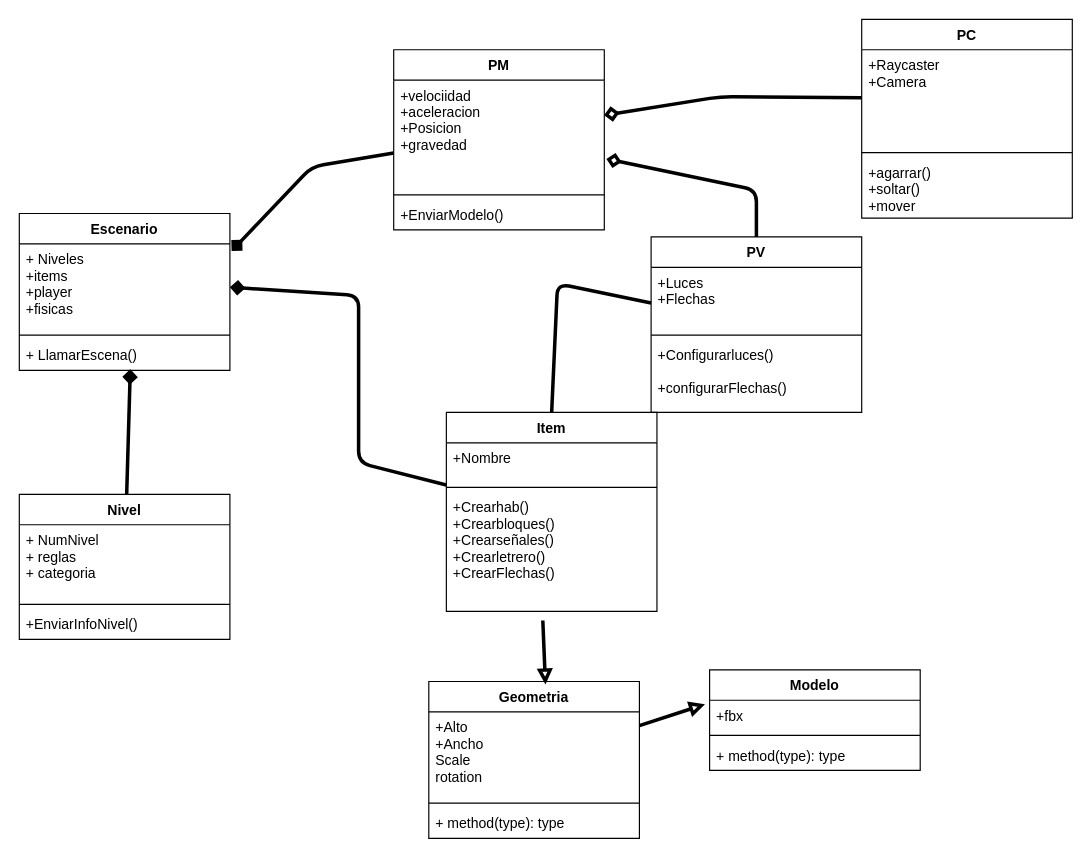
This is diagrama_uml/work.drawio from sebas64mil/proyecto_realidadvirtual, a draw.io file, before an edit. Source tidied: cells renumbered, new cells numbered last; positions are measured from the earlier drawing's top-left corner, leaving out a move shared by most shapes. Both pictures are drawn from the tidied source at 117%, with x=0, y=0 at pixel (19, 19).
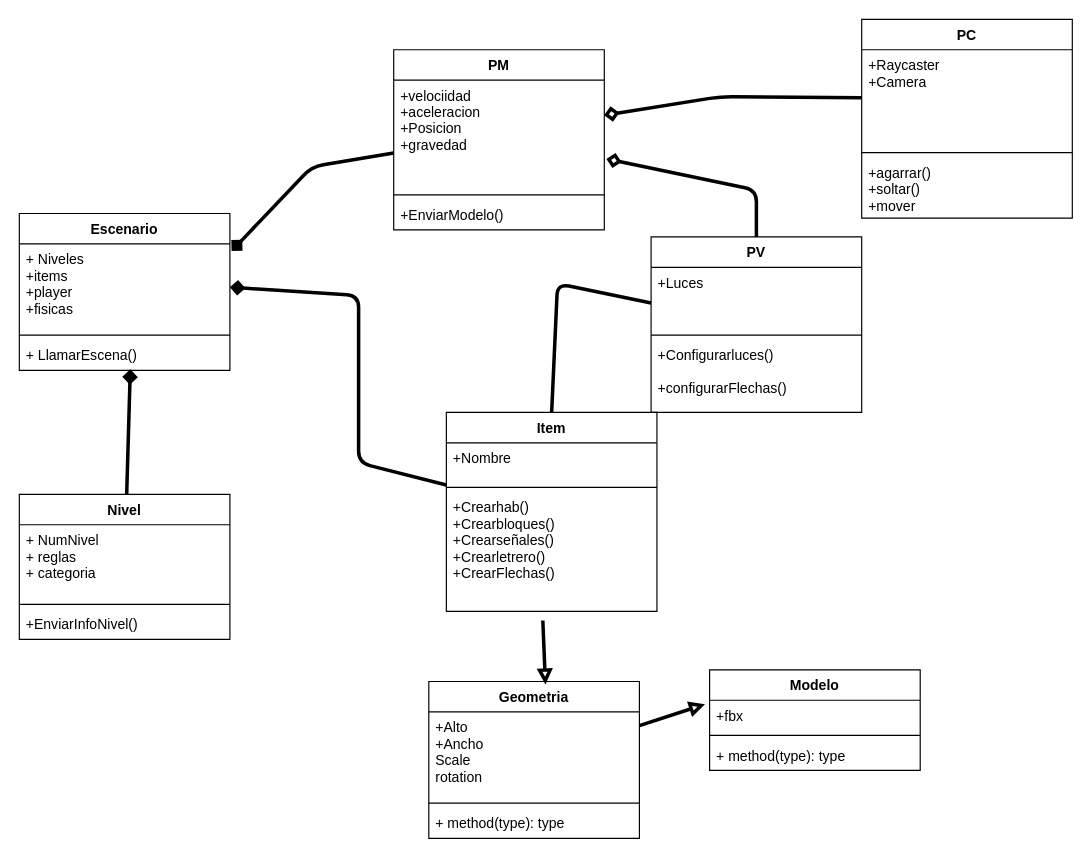
After the change.

The change refers to these unchanged cells:
```xml
<mxCell id="17" value="PV" style="swimlane;fontStyle=1;align=center;verticalAlign=top;horizontal=1;startSize=26;" parent="1" vertex="1">
  <mxGeometry x="540" y="186" width="180" height="150" as="geometry" />
</mxCell>
```

Diff of the diagram source:
```diff
@@
-    <mxCell id="18" value="+Luces&#10;+Flechas " style="text;strokeColor=none;fillColor=none;align=left;verticalAlign=top;spacingLeft=4;spacingRight=4;overflow=hidden;" parent="17" vertex="1">
+    <mxCell id="18" value="+Luces&#10;" style="text;strokeColor=none;fillColor=none;align=left;verticalAlign=top;spacingLeft=4;spacingRight=4;overflow=hidden;" parent="17" vertex="1">
       <mxGeometry y="26" width="180" height="54" as="geometry" />
     </mxCell>
```
